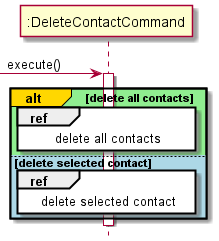
The PlantUML diagram docs/images/DeleteContactCommandSequenceDiagram.png in nus-cs2113-AY2122S1/tp, before a commit.
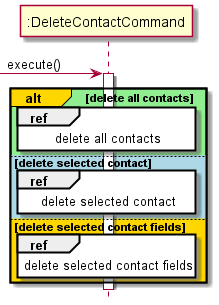
After the change.

Diff of the diagram source:
```diff
@@ -7,6 +7,9 @@
 
 else #lightblue delete selected contact
     ref over ":DeleteContactCommand", ":DeleteContactCommand" :delete selected contact
+
+else #gold delete selected contact fields
+    ref over ":DeleteContactCommand", ":DeleteContactCommand" :delete selected contact fields
 end
 
 deactivate ":DeleteContactCommand"
```
